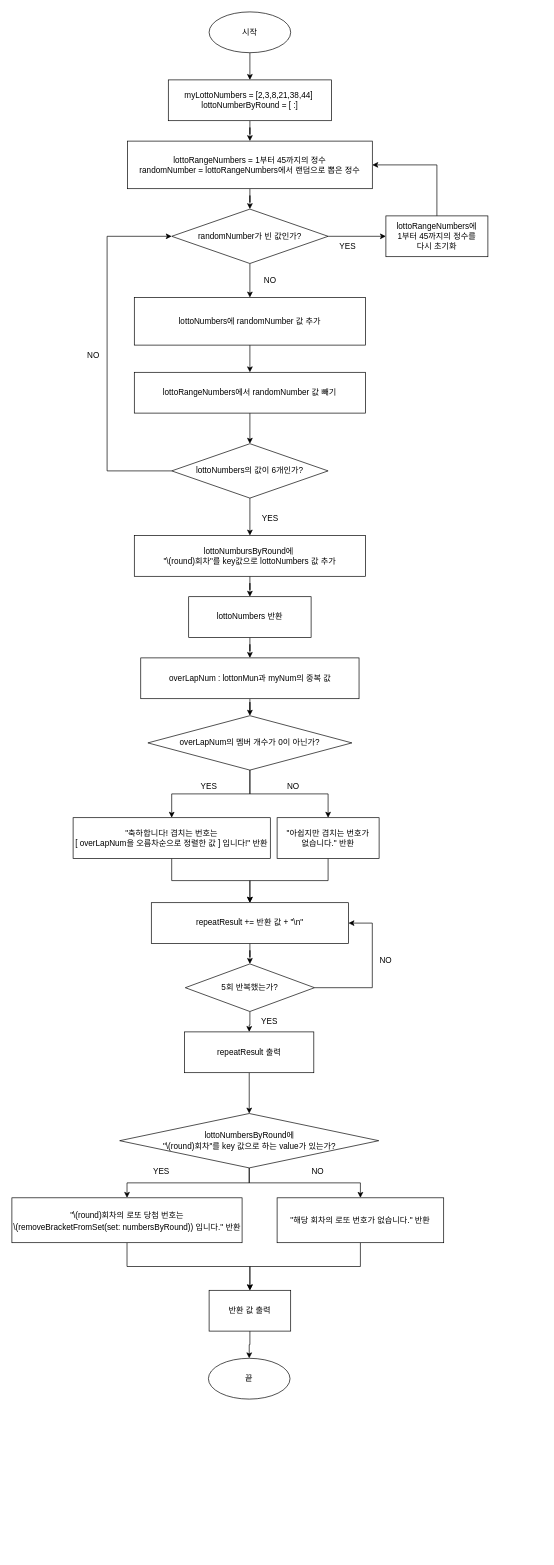
Earlier version of the draw.io diagram RandomLottoNumber4.drawio (yagom-academy/swift-starter-Round2). Source tidied: cells renumbered, new cells numbered last; positions are measured from the earlier drawing's top-left corner, leaving out a move shared by most shapes. Both pictures are drawn from the tidied source at 68%, with x=0, y=0 at pixel (12, 12).
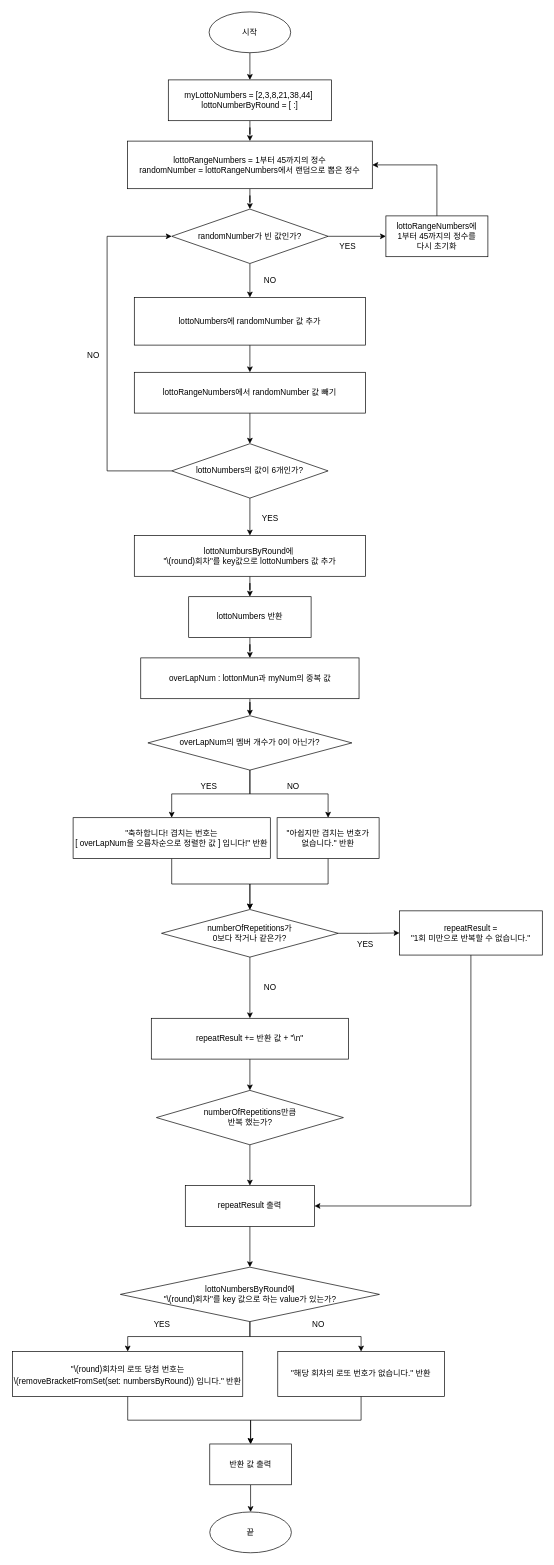
The same diagram, later.

Commit message (it also covers changes not shown here):
edit the flow chart

Unchanged cells that the change refers to:
```xml
<mxCell id="26" value="&quot;축하합니다! 겹치는 번호는 &lt;br&gt;[ overLapNum을 오름차순으로 정렬한 값 ]&amp;nbsp;입니다!&quot; 반환" style="rounded=0;whiteSpace=wrap;html=1;" parent="1" vertex="1">
  <mxGeometry x="90" y="1185" width="290" height="60" as="geometry" />
</mxCell>
<mxCell id="28" value="&quot;아쉽지만 겹치는 번호가 &lt;br&gt;없습니다.&quot; 반환" style="rounded=0;whiteSpace=wrap;html=1;" parent="1" vertex="1">
  <mxGeometry x="390" y="1185" width="150" height="60" as="geometry" />
</mxCell>
```

The edit, as a diff of the source:
```diff
@@
-    <mxCell id="25" style="edgeStyle=orthogonalEdgeStyle;rounded=0;jettySize=auto;html=1;entryX=0.5;entryY=0;entryDx=0;entryDy=0;" parent="1" edge="1" source="26" target="40">
+    <mxCell id="25" style="edgeStyle=orthogonalEdgeStyle;rounded=0;jettySize=auto;html=1;entryX=0.5;entryY=0;entryDx=0;entryDy=0;" parent="1" edge="1" source="26" target="62">
       <mxGeometry relative="1" as="geometry" />
     </mxCell>
@@
-    <mxCell id="27" style="edgeStyle=orthogonalEdgeStyle;rounded=0;jettySize=auto;html=1;" parent="1" edge="1" source="28" target="40">
+    <mxCell id="27" style="edgeStyle=orthogonalEdgeStyle;rounded=0;jettySize=auto;html=1;entryX=0.5;entryY=0;entryDx=0;entryDy=0;" parent="1" edge="1" source="28" target="62">
       <mxGeometry relative="1" as="geometry" />
     </mxCell>
@@
-    <mxCell id="39" style="edgeStyle=orthogonalEdgeStyle;rounded=0;jettySize=auto;html=1;" parent="1" edge="1" source="40" target="43">
+    <mxCell id="39" style="edgeStyle=orthogonalEdgeStyle;rounded=0;jettySize=auto;html=1;entryX=0.5;entryY=0;entryDx=0;entryDy=0;" parent="1" edge="1" source="40" target="43">
       <mxGeometry relative="1" as="geometry" />
     </mxCell>
     <mxCell id="40" value="repeatResult += 반환 값 + &quot;\n&quot;" style="whiteSpace=wrap;html=1;rounded=0;" parent="1" vertex="1">
-      <mxGeometry x="205" y="1310" width="290" height="60" as="geometry" />
+      <mxGeometry x="205" y="1480" width="290" height="60" as="geometry" />
     </mxCell>
-    <mxCell id="41" style="edgeStyle=orthogonalEdgeStyle;rounded=0;jettySize=auto;html=1;entryX=1;entryY=0.5;entryDx=0;entryDy=0;exitX=1;exitY=0.5;exitDx=0;exitDy=0;" parent="1" edge="1" source="43" target="40">
-      <mxGeometry relative="1" as="geometry">
-        <Array as="points">
-          <mxPoint x="530" y="1435" />
-          <mxPoint x="530" y="1340" />
-        </Array>
-      </mxGeometry>
-    </mxCell>
@@
-    <mxCell id="43" value="5회 반복했는가?" style="rhombus;whiteSpace=wrap;html=1;rounded=0;" parent="1" vertex="1">
-      <mxGeometry x="255" y="1400" width="190" height="70" as="geometry" />
+    <mxCell id="43" value="numberOfRepetitions만큼 &lt;br&gt;반복 했는가?" style="rhombus;whiteSpace=wrap;html=1;rounded=0;" parent="1" vertex="1">
+      <mxGeometry x="212.5" y="1586" width="275" height="80" as="geometry" />
     </mxCell>
@@
     <mxCell id="45" value="repeatResult 출력" style="whiteSpace=wrap;html=1;rounded=0;" parent="1" vertex="1">
-      <mxGeometry x="254" y="1500" width="190" height="60" as="geometry" />
+      <mxGeometry x="255" y="1726" width="190" height="60" as="geometry" />
     </mxCell>
@@
     <mxCell id="48" value="lottoNumbersByRound에 &lt;br&gt;&quot;\(round)회차&quot;를 key 값으로 하는 value가 있는가?" style="rhombus;whiteSpace=wrap;html=1;rounded=0;" parent="1" vertex="1">
-      <mxGeometry x="158.5" y="1620" width="381" height="80" as="geometry" />
+      <mxGeometry x="159.5" y="1846" width="381" height="80" as="geometry" />
     </mxCell>
@@
     <mxCell id="50" value="&quot;\(round)회차의 &lt;span style=&quot;font-variant-numeric: normal; font-variant-east-asian: normal; font-variant-alternates: normal; font-kerning: auto; font-optical-sizing: auto; font-feature-settings: normal; font-variation-settings: normal; font-variant-position: normal; font-stretch: normal; line-height: normal; font-family: &amp;quot;Apple SD Gothic Neo&amp;quot;;&quot; class=&quot;s1&quot;&gt;로또&lt;/span&gt; &lt;span style=&quot;font-variant-numeric: normal; font-variant-east-asian: normal; font-variant-alternates: normal; font-kerning: auto; font-optical-sizing: auto; font-feature-settings: normal; font-variation-settings: normal; font-variant-position: normal; font-stretch: normal; line-height: normal; font-family: &amp;quot;Apple SD Gothic Neo&amp;quot;;&quot; class=&quot;s1&quot;&gt;당첨&lt;/span&gt; &lt;span style=&quot;font-variant-numeric: normal; font-variant-east-asian: normal; font-variant-alternates: normal; font-kerning: auto; font-optical-sizing: auto; font-feature-settings: normal; font-variation-settings: normal; font-variant-position: normal; font-stretch: normal; line-height: normal; font-family: &amp;quot;Apple SD Gothic Neo&amp;quot;;&quot; class=&quot;s1&quot;&gt;번호는&lt;/span&gt; &lt;br&gt;\(removeBracketFromSet(set: numbersByRound)) &lt;span style=&quot;font-variant-numeric: normal; font-variant-east-asian: normal; font-variant-alternates: normal; font-kerning: auto; font-optical-sizing: auto; font-feature-settings: normal; font-variation-settings: normal; font-variant-position: normal; font-stretch: normal; line-height: normal; font-family: &amp;quot;Apple SD Gothic Neo&amp;quot;;&quot; class=&quot;s1&quot;&gt;입니다&lt;/span&gt;.&quot; 반환" style="rounded=0;whiteSpace=wrap;html=1;" parent="1" vertex="1">
-      <mxGeometry y="1744" width="338.5" height="66" as="geometry" />
+      <mxGeometry x="1" y="1970" width="338.5" height="66" as="geometry" />
     </mxCell>
@@
     <mxCell id="52" value="&quot;해당 회차의 로또 번호가 없습니다.&quot; 반환" style="rounded=0;whiteSpace=wrap;html=1;" parent="1" vertex="1">
-      <mxGeometry x="390" y="1744" width="245" height="66" as="geometry" />
+      <mxGeometry x="391" y="1970" width="245" height="66" as="geometry" />
     </mxCell>
@@
     <mxCell id="54" value="반환 값 출력" style="whiteSpace=wrap;html=1;rounded=0;" parent="1" vertex="1">
-      <mxGeometry x="290" y="1880" width="120" height="60" as="geometry" />
+      <mxGeometry x="291" y="2106" width="120" height="60" as="geometry" />
     </mxCell>
     <mxCell id="55" value="끝" style="ellipse;whiteSpace=wrap;html=1;" parent="1" vertex="1">
-      <mxGeometry x="289" y="1980" width="120" height="60" as="geometry" />
+      <mxGeometry x="291" y="2206" width="120" height="60" as="geometry" />
     </mxCell>
     <mxCell id="56" value="YES" style="text;html=1;align=center;verticalAlign=middle;whiteSpace=wrap;rounded=0;" parent="1" vertex="1">
-      <mxGeometry x="349" y="1470" width="60" height="30" as="geometry" />
+      <mxGeometry x="490" y="1357" width="60" height="30" as="geometry" />
     </mxCell>
     <mxCell id="57" value="NO" style="text;html=1;align=center;verticalAlign=middle;whiteSpace=wrap;rounded=0;" parent="1" vertex="1">
-      <mxGeometry x="520" y="1380" width="60" height="30" as="geometry" />
+      <mxGeometry x="350" y="1420" width="60" height="30" as="geometry" />
     </mxCell>
     <mxCell id="58" value="NO" style="text;html=1;align=center;verticalAlign=middle;whiteSpace=wrap;rounded=0;" parent="1" vertex="1">
-      <mxGeometry x="420" y="1690" width="60" height="30" as="geometry" />
+      <mxGeometry x="421" y="1916" width="60" height="30" as="geometry" />
     </mxCell>
     <mxCell id="59" value="YES" style="text;html=1;align=center;verticalAlign=middle;whiteSpace=wrap;rounded=0;" parent="1" vertex="1">
-      <mxGeometry x="189.5" y="1690" width="60" height="30" as="geometry" />
+      <mxGeometry x="190.5" y="1916" width="60" height="30" as="geometry" />
     </mxCell>
+    <mxCell id="60" style="edgeStyle=orthogonalEdgeStyle;rounded=0;jettySize=auto;html=1;" parent="1" edge="1" source="62" target="40">
+      <mxGeometry relative="1" as="geometry" />
+    </mxCell>
+    <mxCell id="61" style="edgeStyle=orthogonalEdgeStyle;rounded=0;jettySize=auto;html=1;" parent="1" edge="1" source="62" target="64">
+      <mxGeometry relative="1" as="geometry" />
+    </mxCell>
+    <mxCell id="62" value="numberOfRepetitions가 &lt;br&gt;0보다 작거나 같은가?" style="rhombus;whiteSpace=wrap;html=1;rounded=0;" parent="1" vertex="1">
+      <mxGeometry x="220" y="1320" width="260" height="70" as="geometry" />
+    </mxCell>
+    <mxCell id="63" style="edgeStyle=orthogonalEdgeStyle;rounded=0;jettySize=auto;html=1;entryX=1;entryY=0.5;entryDx=0;entryDy=0;exitX=0.5;exitY=1;exitDx=0;exitDy=0;" parent="1" edge="1" source="64" target="45">
+      <mxGeometry relative="1" as="geometry" />
+    </mxCell>
+    <mxCell id="64" value="repeatResult = &lt;br&gt;&quot;1회 미만으로 반복할 수 없습니다.&quot;" style="whiteSpace=wrap;html=1;rounded=0;" parent="1" vertex="1">
+      <mxGeometry x="570" y="1322" width="210" height="65" as="geometry" />
+    </mxCell>
```
